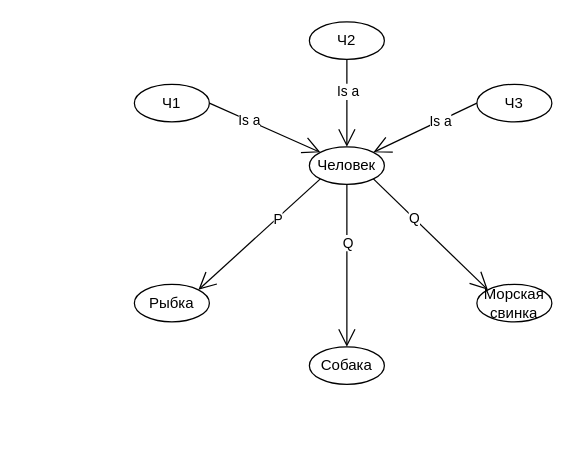
hard-gainer/UML keeps this draw.io diagram as Диаграмма без названия.drawio. Above is the earlier version. Source tidied: cells renumbered, new cells numbered last; positions are measured from the earlier drawing's top-left corner, leaving out a move shared by most shapes. Both pictures are drawn from the tidied source at 125%, with x=0, y=0 at pixel (134, 21).
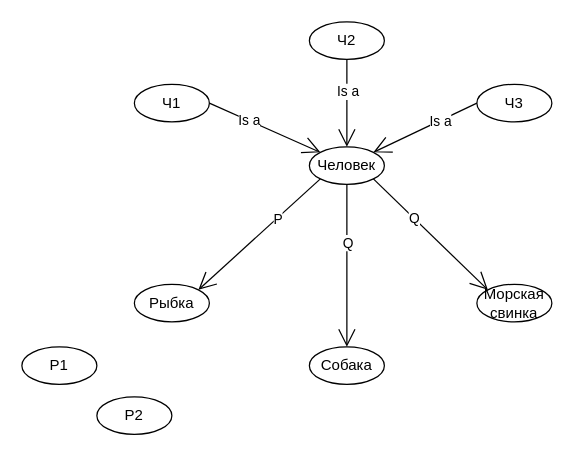
The same diagram, later.

The edit, as a diff of the source:
```diff
@@
+    <mxCell id="21" value="Р1" style="ellipse;whiteSpace=wrap;html=1;" parent="1" vertex="1">
+      <mxGeometry x="-90" y="260" width="60" height="30" as="geometry" />
+    </mxCell>
+    <mxCell id="22" value="Р2" style="ellipse;whiteSpace=wrap;html=1;" parent="1" vertex="1">
+      <mxGeometry x="-30" y="300" width="60" height="30" as="geometry" />
+    </mxCell>
```
